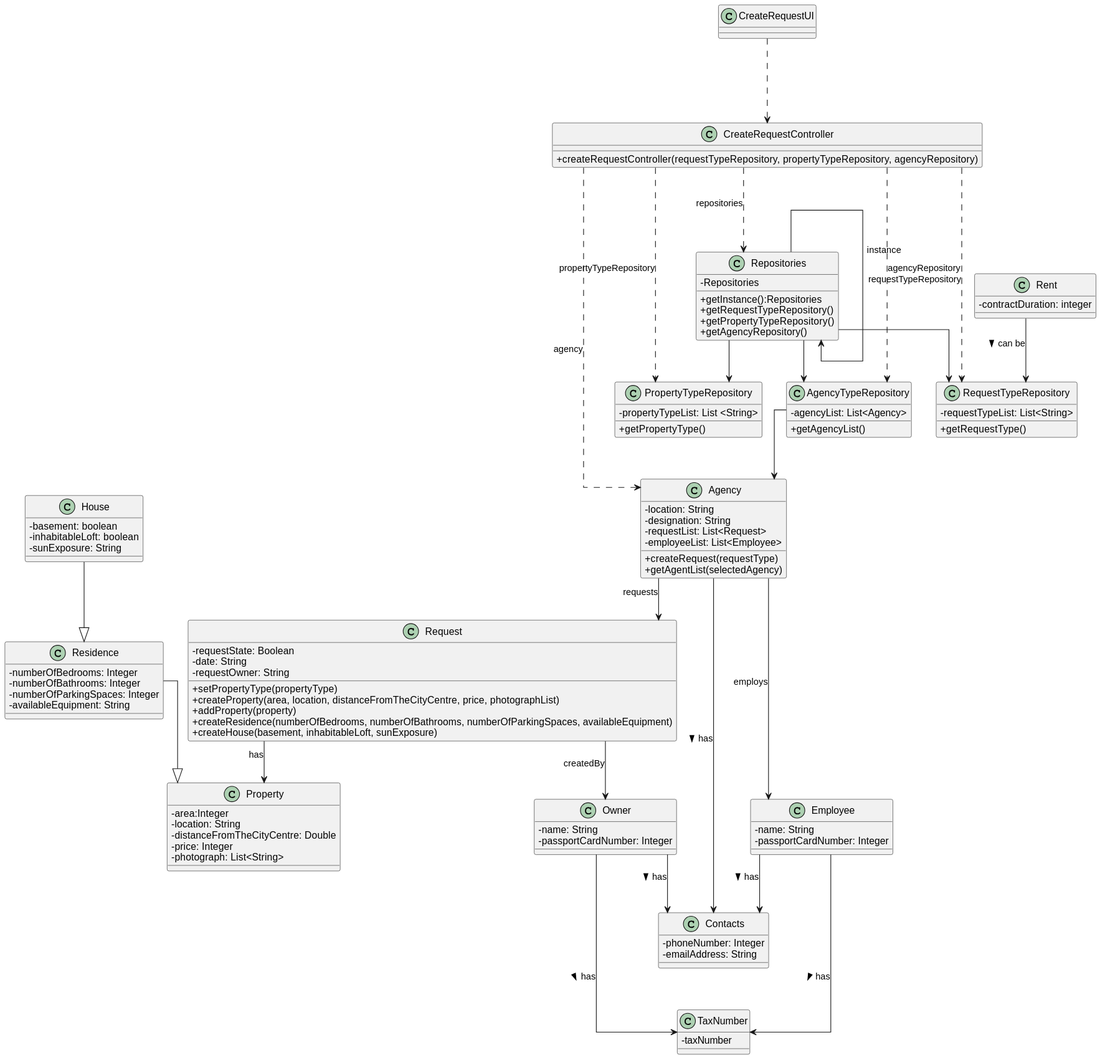
Before: docs/sprintB/us004/03.design/svg/us004-class-diagram.svg, a diagram exported from PlantUML (1220812/LAPR2).
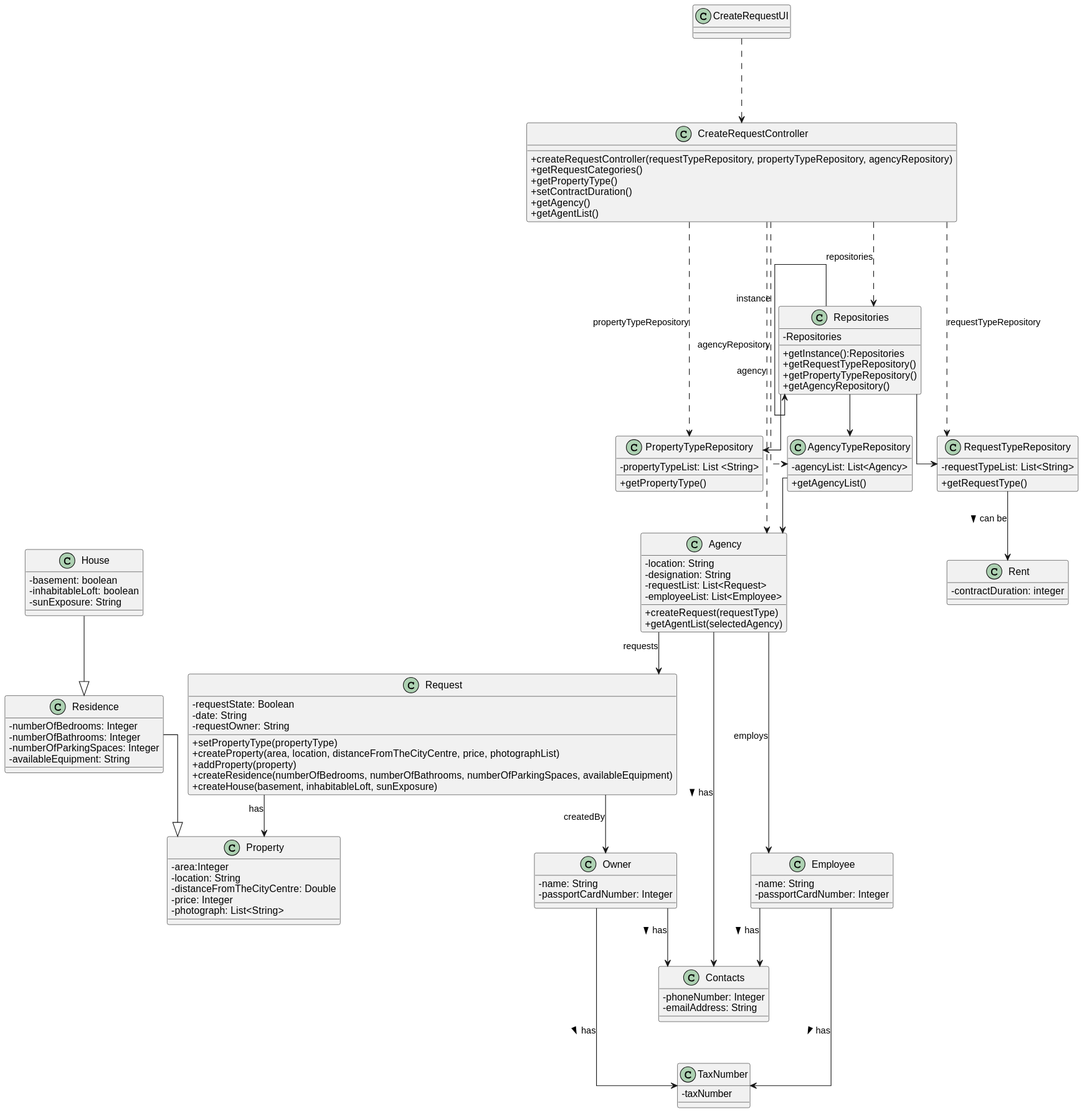
The same file after the commit.

Commit message:
class diagram fixes - US 004

Change to the diagram source:
```diff
@@ -7,6 +7,11 @@
 
 class CreateRequestController{
 + createRequestController(requestTypeRepository, propertyTypeRepository, agencyRepository)
++ getRequestCategories()
++ getPropertyType()
++ setContractDuration()
++ getAgency()
++ getAgentList()
 }
 
 class Repositories{
@@ -109,7 +114,7 @@
 AgencyTypeRepository --> Agency
 Request --> Property : has
 Request --> Owner : createdBy
-Rent --> RequestTypeRepository : can be >
+RequestTypeRepository --> Rent: can be >
 
 Repositories --> AgencyTypeRepository
 Repositories --> PropertyTypeRepository
```
